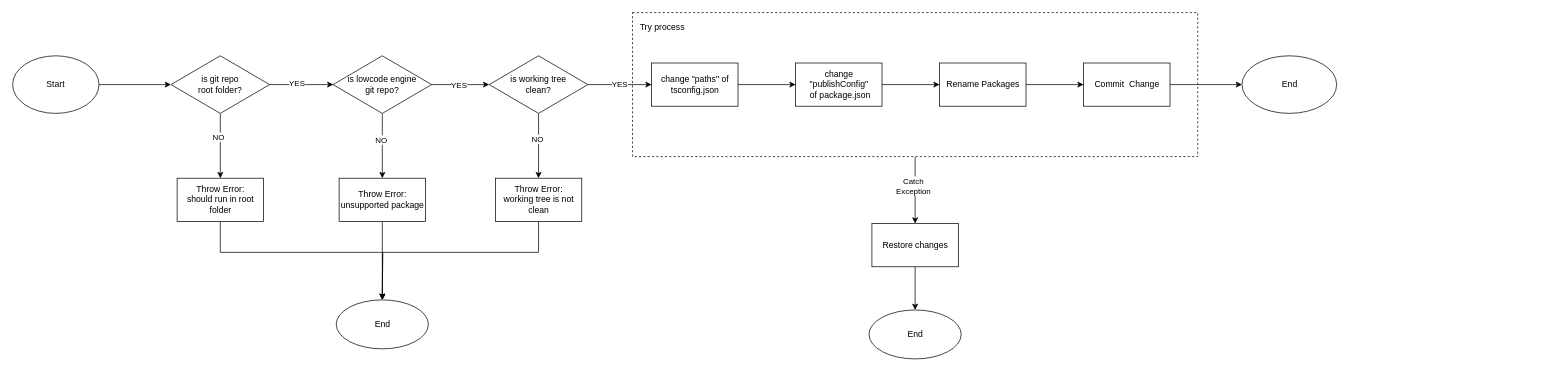
Above: low-code-engine-forker.drawio in Zsynuting/diagram (draw.io), before the change. Source tidied: cells renumbered, new cells numbered last; positions are measured from the earlier drawing's top-left corner, leaving out a move shared by most shapes. Both pictures are drawn from the tidied source at 72%, with x=0, y=0 at pixel (12, 12).
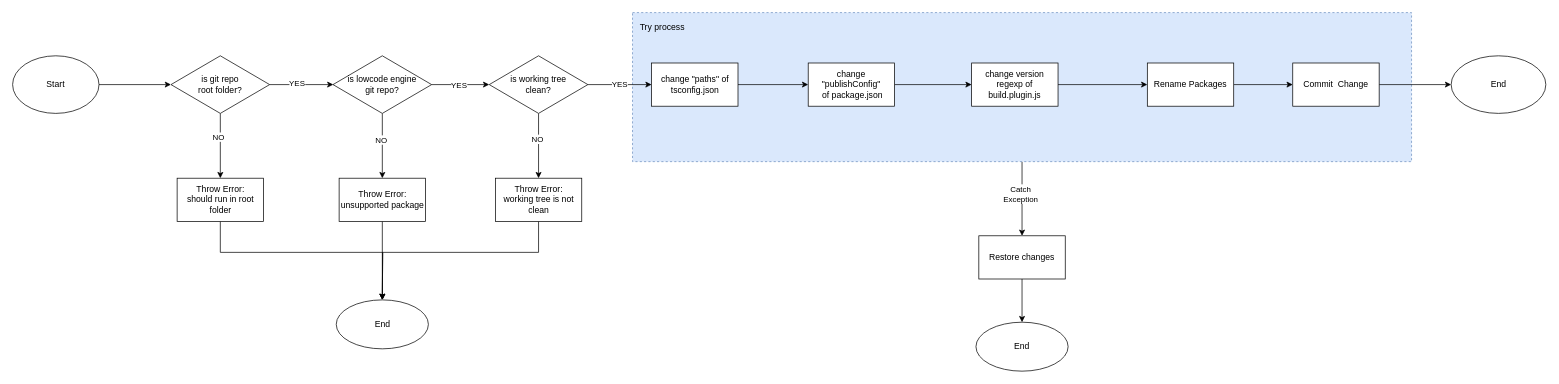
After the change.

The edit, as a diff of the source:
```diff
@@
-    <mxCell id="4" style="rounded=0;whiteSpace=wrap;html=1;dashed=1;" parent="1" vertex="1">
-      <mxGeometry x="861" width="785" height="200" as="geometry" />
+    <mxCell id="4" style="rounded=0;whiteSpace=wrap;html=1;dashed=1;fillColor=#dae8fc;strokeColor=#6c8ebf;" parent="1" vertex="1">
+      <mxGeometry x="861" width="1082" height="207" as="geometry" />
     </mxCell>
@@
-    <mxCell id="30" style="edgeStyle=orthogonalEdgeStyle;rounded=0;jettySize=auto;html=1;" parent="1" edge="1" source="31" target="33">
-      <mxGeometry relative="1" as="geometry" />
-    </mxCell>
+    <mxCell id="41" style="edgeStyle=orthogonalEdgeStyle;rounded=0;jettySize=auto;html=1;" parent="1" edge="1" source="31" target="43">
+      <mxGeometry relative="1" as="geometry" />
+    </mxCell>
     <mxCell id="31" value="change &quot;publishConfig&quot;&lt;br&gt;&amp;nbsp;of package.json" style="whiteSpace=wrap;html=1;" parent="1" vertex="1">
-      <mxGeometry x="1087.5" y="70" width="120" height="60" as="geometry" />
+      <mxGeometry x="1105" y="70" width="120" height="60" as="geometry" />
     </mxCell>
@@
     <mxCell id="33" value="Rename Packages" style="whiteSpace=wrap;html=1;" parent="1" vertex="1">
-      <mxGeometry x="1287.5" y="70" width="120" height="60" as="geometry" />
+      <mxGeometry x="1576" y="70" width="120" height="60" as="geometry" />
     </mxCell>
@@
     <mxCell id="35" value="Commit&amp;nbsp; Change" style="whiteSpace=wrap;html=1;" parent="1" vertex="1">
-      <mxGeometry x="1487.5" y="70" width="120" height="60" as="geometry" />
+      <mxGeometry x="1778" y="70" width="120" height="60" as="geometry" />
     </mxCell>
     <mxCell id="36" value="End" style="ellipse;whiteSpace=wrap;html=1;" parent="1" vertex="1">
-      <mxGeometry x="1707.5" y="60" width="131.5" height="80" as="geometry" />
+      <mxGeometry x="1998" y="60" width="131.5" height="80" as="geometry" />
     </mxCell>
@@
     <mxCell id="39" value="Restore changes" style="whiteSpace=wrap;html=1;rounded=0;" parent="1" vertex="1">
-      <mxGeometry x="1193.5" y="293" width="120" height="60" as="geometry" />
+      <mxGeometry x="1342" y="310" width="120" height="60" as="geometry" />
     </mxCell>
     <mxCell id="40" value="End" style="ellipse;whiteSpace=wrap;html=1;" parent="1" vertex="1">
-      <mxGeometry x="1189.5" y="413" width="128" height="68" as="geometry" />
+      <mxGeometry x="1338" y="430" width="128" height="68" as="geometry" />
     </mxCell>
+    <mxCell id="42" style="edgeStyle=orthogonalEdgeStyle;rounded=0;jettySize=auto;html=1;" parent="1" edge="1" source="43" target="33">
+      <mxGeometry relative="1" as="geometry" />
+    </mxCell>
+    <mxCell id="43" value="change version regexp of build.plugin.js" style="whiteSpace=wrap;html=1;" parent="1" vertex="1">
+      <mxGeometry x="1332" y="70" width="120" height="60" as="geometry" />
+    </mxCell>
```
